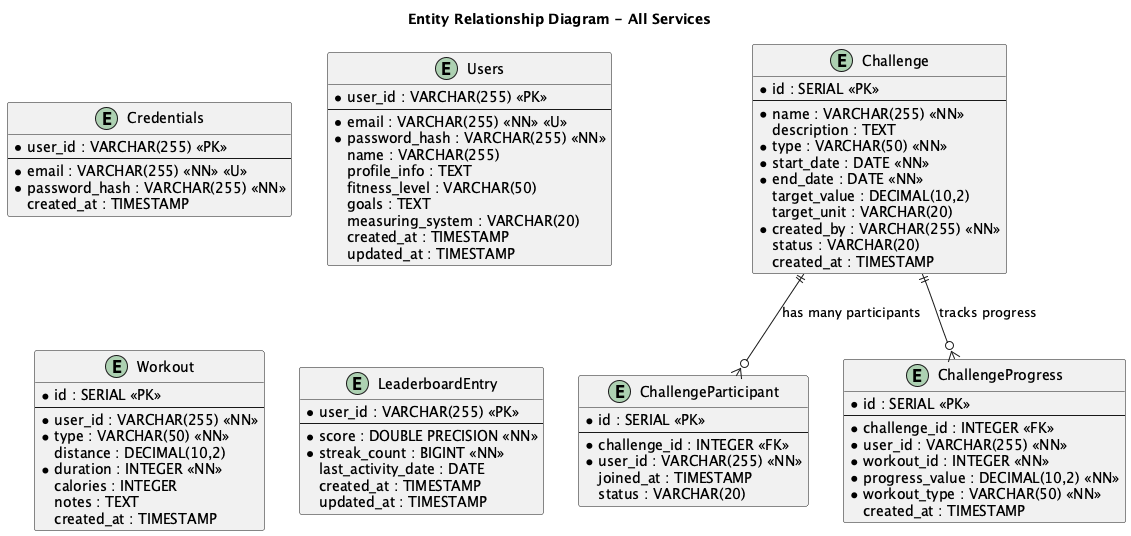
415-Cloud/Cloud-Native-Dev-Project keeps this PlantUML diagram as diagrams/Combined ER Diagram - All Services.png. Above is the earlier version. The source it was exported from:
```plantuml
@startuml Combined ER Diagram - All Services

!define TABLE entity
!define PRIMARY_KEY <<PK>>
!define FOREIGN_KEY <<FK>>
!define NOT_NULL <<NN>>
!define UNIQUE <<U>>

title Entity Relationship Diagram - All Services

entity "Credentials" as credentials {
  * user_id : VARCHAR(255) <<PK>>
  --
  * email : VARCHAR(255) <<NN>> <<U>>
  * password_hash : VARCHAR(255) <<NN>>
  created_at : TIMESTAMP
}

entity "Users" as users {
  * user_id : VARCHAR(255) <<PK>>
  --
  * email : VARCHAR(255) <<NN>> <<U>>
  * password_hash : VARCHAR(255) <<NN>>
  name : VARCHAR(255)
  profile_info : TEXT
  fitness_level : VARCHAR(50)
  goals : TEXT
  measuring_system : VARCHAR(20)
  created_at : TIMESTAMP
  updated_at : TIMESTAMP
}

entity "Workout" as workout {
  * id : SERIAL <<PK>>
  --
  * user_id : VARCHAR(255) <<NN>>
  * type : VARCHAR(50) <<NN>>
  distance : DECIMAL(10,2)
  * duration : INTEGER <<NN>>
  calories : INTEGER
  notes : TEXT
  created_at : TIMESTAMP
}

entity "Challenge" as challenge {
  * id : SERIAL <<PK>>
  --
  * name : VARCHAR(255) <<NN>>
  description : TEXT
  * type : VARCHAR(50) <<NN>>
  * start_date : DATE <<NN>>
  * end_date : DATE <<NN>>
  target_value : DECIMAL(10,2)
  target_unit : VARCHAR(20)
  * created_by : VARCHAR(255) <<NN>>
  status : VARCHAR(20)
  created_at : TIMESTAMP
}

entity "ChallengeParticipant" as participant {
  * id : SERIAL <<PK>>
  --
  * challenge_id : INTEGER <<FK>>
  * user_id : VARCHAR(255) <<NN>>
  joined_at : TIMESTAMP
  status : VARCHAR(20)
}

entity "ChallengeProgress" as progress {
  * id : SERIAL <<PK>>
  --
  * challenge_id : INTEGER <<FK>>
  * user_id : VARCHAR(255) <<NN>>
  * workout_id : INTEGER <<NN>>
  * progress_value : DECIMAL(10,2) <<NN>>
  * workout_type : VARCHAR(50) <<NN>>
  created_at : TIMESTAMP
}

entity "LeaderboardEntry" as leaderboard_entry {
  * user_id : VARCHAR(255) <<PK>>
  --
  * score : DOUBLE PRECISION <<NN>>
  * streak_count : BIGINT <<NN>>
  last_activity_date : DATE
  created_at : TIMESTAMP
  updated_at : TIMESTAMP
}


challenge ||--o{ participant : "has many participants"
challenge ||--o{ progress : "tracks progress"

@enduml
```
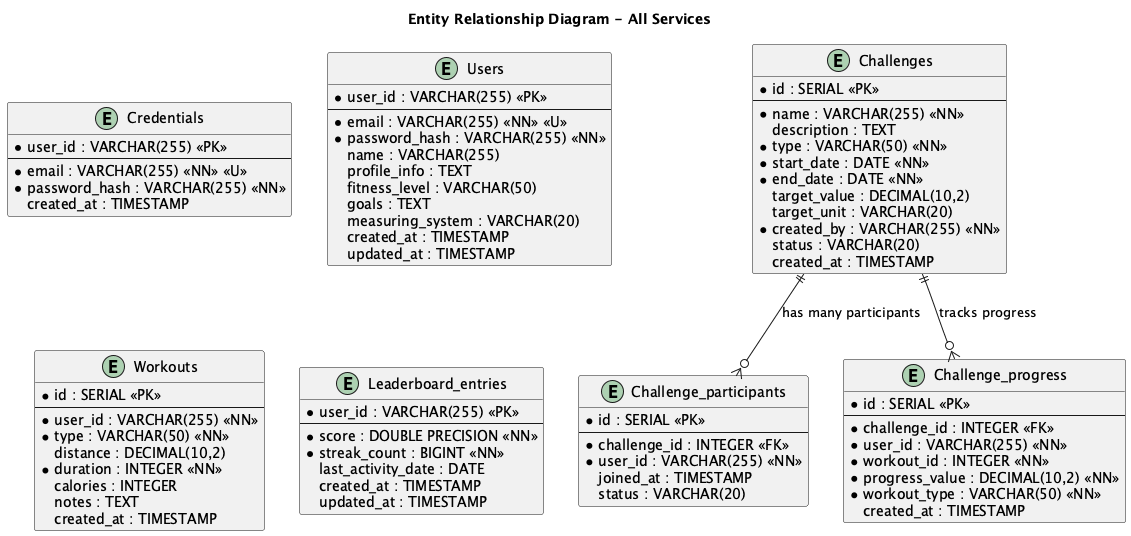
The same diagram one commit later.

Commit message:
Update ER diagrams for db names

What changed in the source:
```diff
@@ -30,7 +30,7 @@
   updated_at : TIMESTAMP
 }
 
-entity "Workout" as workout {
+entity "Workouts" as workout {
   * id : SERIAL <<PK>>
   --
   * user_id : VARCHAR(255) <<NN>>
@@ -42,7 +42,7 @@
   created_at : TIMESTAMP
 }
 
-entity "Challenge" as challenge {
+entity "Challenges" as challenge {
   * id : SERIAL <<PK>>
   --
   * name : VARCHAR(255) <<NN>>
@@ -57,7 +57,7 @@
   created_at : TIMESTAMP
 }
 
-entity "ChallengeParticipant" as participant {
+entity "Challenge_participants" as participant {
   * id : SERIAL <<PK>>
   --
   * challenge_id : INTEGER <<FK>>
@@ -66,7 +66,7 @@
   status : VARCHAR(20)
 }
 
-entity "ChallengeProgress" as progress {
+entity "Challenge_progress" as progress {
   * id : SERIAL <<PK>>
   --
   * challenge_id : INTEGER <<FK>>
@@ -77,7 +77,7 @@
   created_at : TIMESTAMP
 }
 
-entity "LeaderboardEntry" as leaderboard_entry {
+entity "Leaderboard_entries" as leaderboard_entry {
   * user_id : VARCHAR(255) <<PK>>
   --
   * score : DOUBLE PRECISION <<NN>>
```
